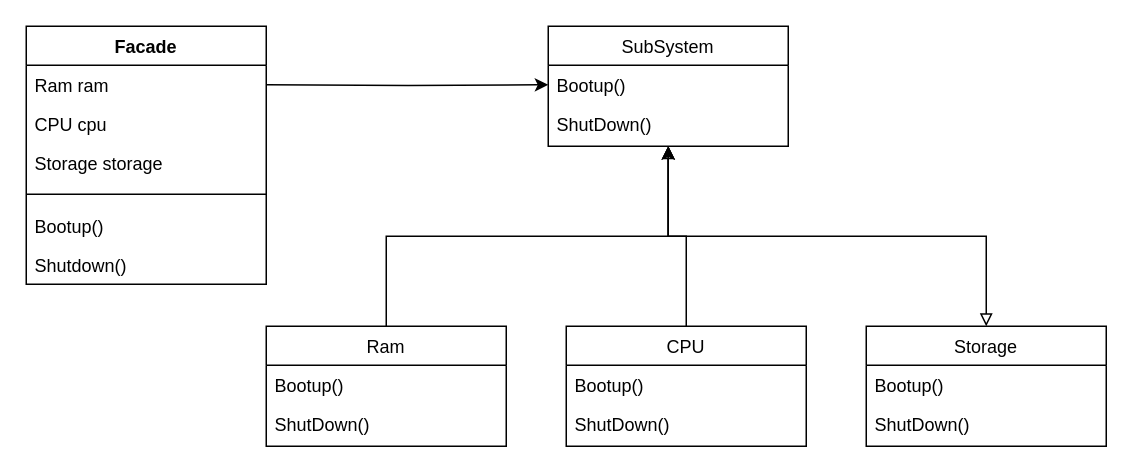
Earlier version of the draw.io diagram FacadeAppCode/FacadeApp.drawio (ahmedkhursheed2006/SDA-Labs). Source tidied: cells renumbered, new cells numbered last; positions are measured from the earlier drawing's top-left corner, leaving out a move shared by most shapes. Both pictures are drawn from the tidied source at 150%, with x=0, y=0 at pixel (26, 26).
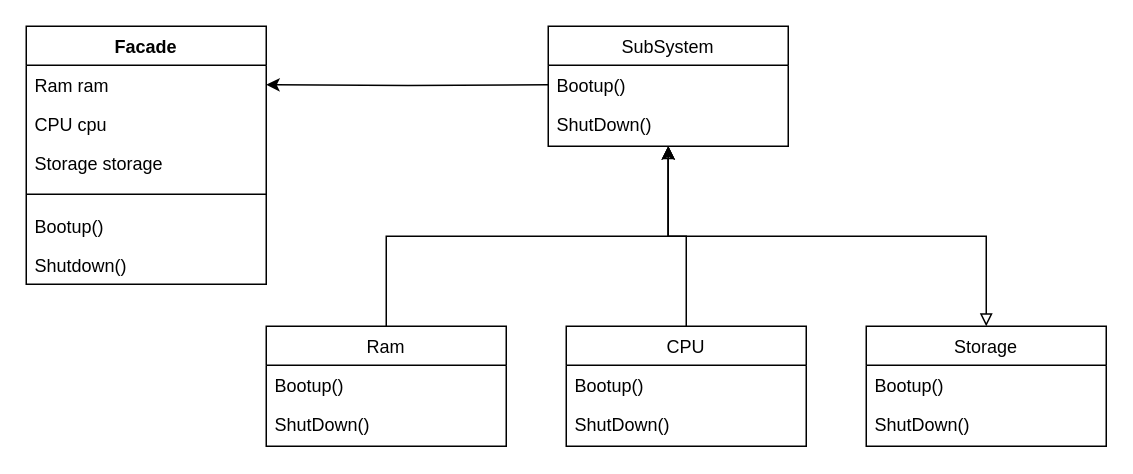
Above is the later version.

Unchanged cells that the change refers to:
```xml
<mxCell id="3" value="Bootup()" style="text;align=left;verticalAlign=top;spacingLeft=4;spacingRight=4;overflow=hidden;points=[[0,0.5],[1,0.5]];portConstraint=eastwest;" parent="2" vertex="1">
  <mxGeometry y="26" width="160" height="26" as="geometry" />
</mxCell>
```

What changed in the source:
```diff
@@
-    <mxCell id="5" style="edgeStyle=orthogonalEdgeStyle;rounded=0;jettySize=auto;html=1;exitX=1;exitY=0.5;exitDx=0;exitDy=0;entryX=0;entryY=0.5;entryDx=0;entryDy=0;" parent="1" edge="1" target="3">
+    <mxCell id="5" style="edgeStyle=orthogonalEdgeStyle;rounded=0;jettySize=auto;html=1;exitX=1;exitY=0.5;exitDx=0;exitDy=0;entryX=0;entryY=0.5;entryDx=0;entryDy=0;startArrow=classic;startFill=1;endArrow=none;endFill=0;" parent="1" edge="1" target="3">
       <mxGeometry relative="1" as="geometry">
         <mxPoint x="160" y="39" as="sourcePoint" />
       </mxGeometry>
     </mxCell>
```
